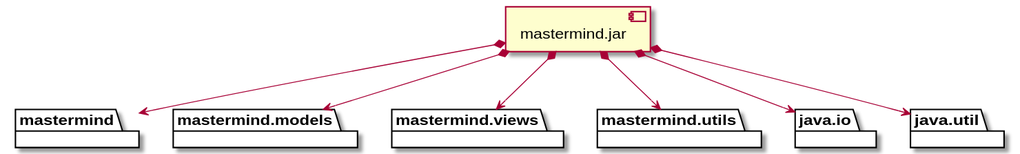
The PlantUML diagram documentView/withoutFactoryMethod/docs/diagrams/out/vistas/desarrollo_implementacion.svg in SantaTecla-mastermind/solution.java.swing.socket.sql, before a commit. The source it was exported from:
```plantuml
@startuml
package "  "  as mastermind {
}
package "  "  as mastermind.models {
}
package "  "  as mastermind.views {
}
package "  "  as mastermind.utils {
}
package "  "  as java.io {
}
package "  "  as java.util {
}

[mastermind.jar] as jar

jar *--> mastermind
jar *--> mastermind.models
jar *--> mastermind.views
jar *--> mastermind.utils
jar *--> java.io
jar *--> java.util
@enduml
```
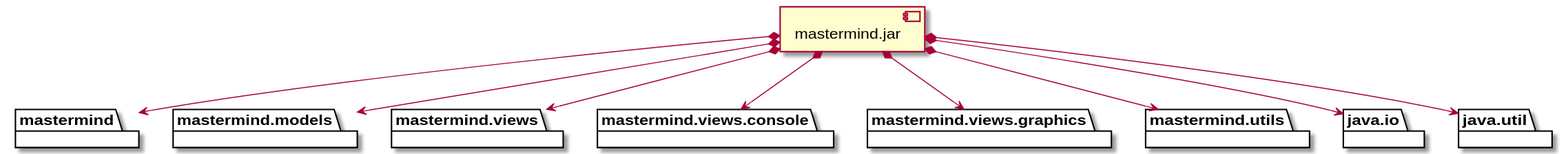
After the change.

Diff of the diagram source:
```diff
@@ -4,6 +4,10 @@
 package "  "  as mastermind.models {
 }
 package "  "  as mastermind.views {
+}
+package "  "  as mastermind.views.console {
+}
+package "  "  as mastermind.views.graphics {
 }
 package "  "  as mastermind.utils {
 }
@@ -17,6 +21,8 @@
 jar *--> mastermind
 jar *--> mastermind.models
 jar *--> mastermind.views
+jar *--> mastermind.views.console
+jar *--> mastermind.views.graphics
 jar *--> mastermind.utils
 jar *--> java.io
 jar *--> java.util
```
